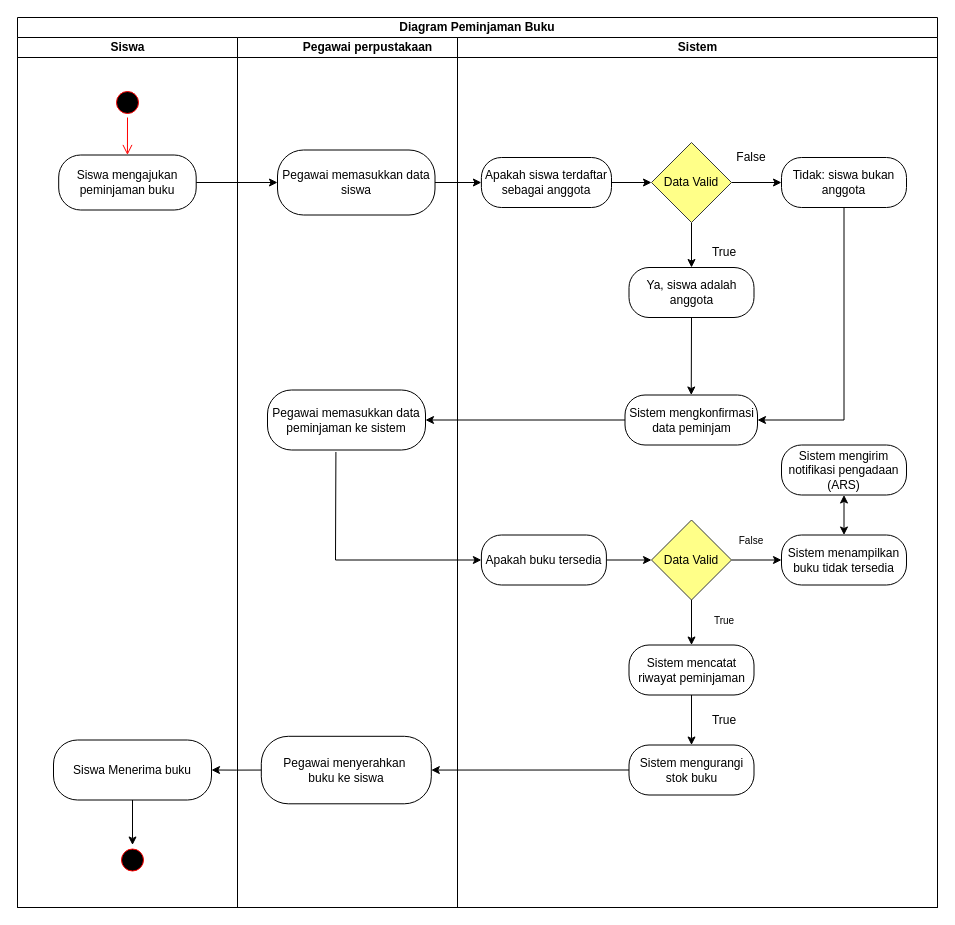
This is page "Activity Peminjaman Buku" (5 of 17) of Use case.drawio from DikiDrim/FileSkripsi, a draw.io file, before an edit. Source tidied: cells renumbered, new cells numbered last; positions are measured from the earlier drawing's top-left corner, leaving out a move shared by most shapes. Both pictures are drawn from the tidied source at 100%, with x=0, y=0 at pixel (17, 17).
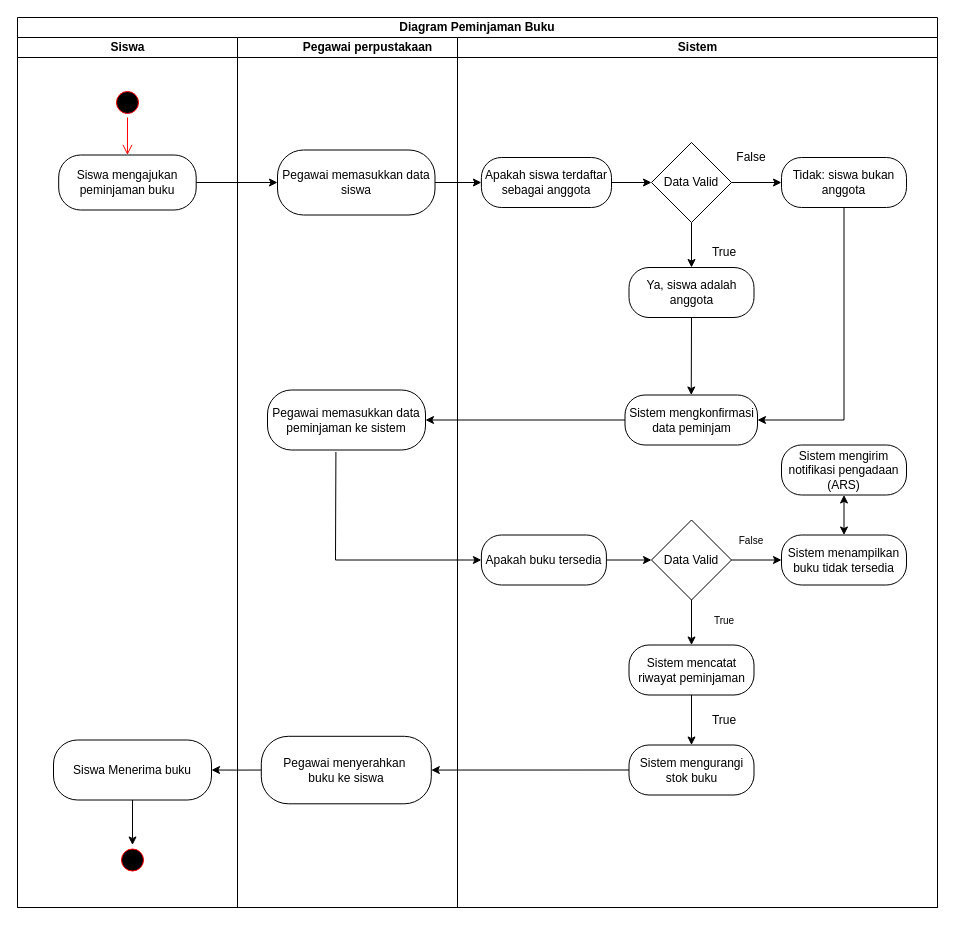
The same diagram, later.

The change refers to these unchanged cells:
```xml
<mxCell id="13" value="Sistem" style="swimlane;html=1;startSize=20;" parent="2" vertex="1">
  <mxGeometry x="440" y="20" width="480" height="870" as="geometry" />
</mxCell>
```

Change to the diagram source:
```diff
@@
-    <mxCell id="27" value="Data Valid" style="rhombus;whiteSpace=wrap;html=1;fillColor=#ffff88;strokeColor=#36393d;" parent="13" vertex="1">
+    <mxCell id="27" value="Data Valid" style="rhombus;whiteSpace=wrap;html=1;" parent="13" vertex="1">
       <mxGeometry x="194" y="105" width="80" height="80" as="geometry" />
     </mxCell>
@@
-    <mxCell id="34" value="Data Valid" style="rhombus;whiteSpace=wrap;html=1;fillColor=#ffff88;strokeColor=#36393d;" parent="13" vertex="1">
+    <mxCell id="34" value="Data Valid" style="rhombus;whiteSpace=wrap;html=1;" parent="13" vertex="1">
       <mxGeometry x="194" y="482.5" width="80" height="80" as="geometry" />
     </mxCell>
```
